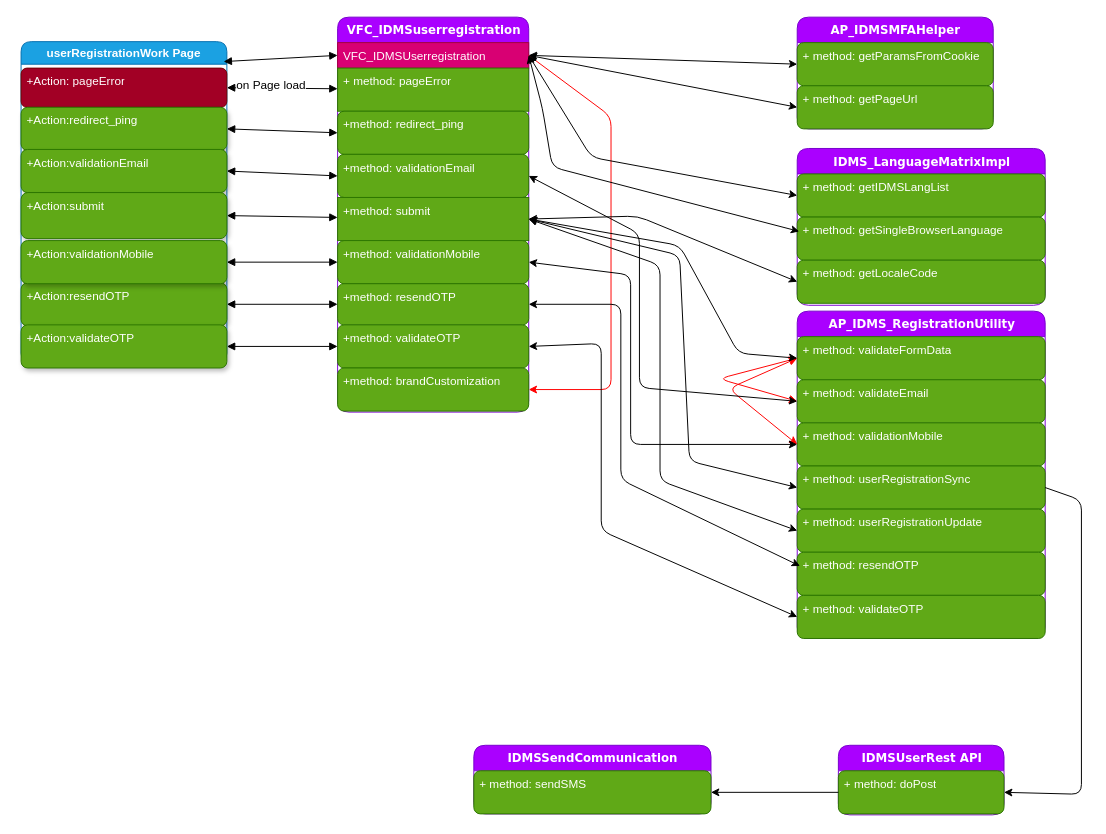
Before: Registration Diagram B2B - Mobile.drawio in anoopijt/IDMS-Diagrams, a draw.io diagram. Source tidied: cells renumbered, new cells numbered last; positions are measured from the earlier drawing's top-left corner, leaving out a move shared by most shapes. Both pictures are drawn from the tidied source at 98%, with x=0, y=0 at pixel (21, 17).
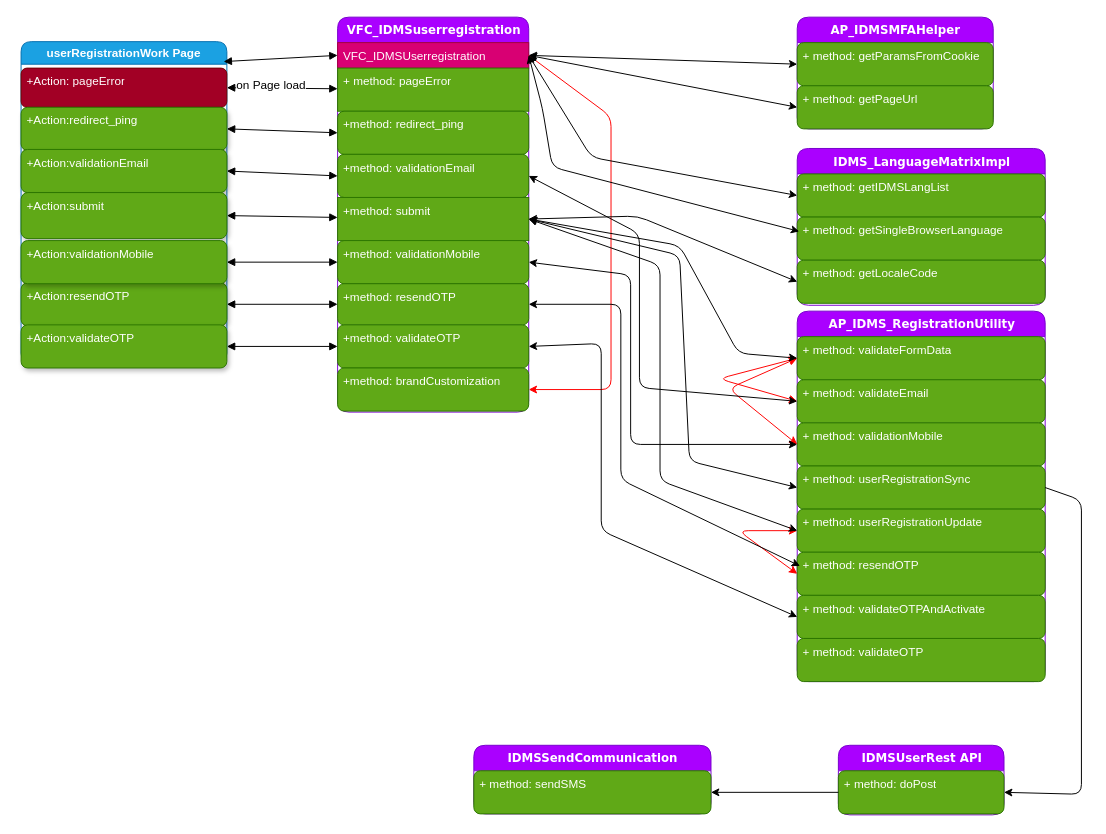
The same diagram, later.

The change refers to these unchanged cells:
```xml
<mxCell id="46" value="+ method: userRegistrationUpdate" style="text;html=1;strokeColor=#2D7600;fillColor=#60a917;align=left;verticalAlign=top;spacingLeft=4;spacingRight=4;whiteSpace=wrap;overflow=hidden;points=[[0,0.5],[1,0.5]];portConstraint=eastwest;shadow=0;comic=0;fontColor=#ffffff;rounded=1;" parent="39" vertex="1">
  <mxGeometry y="202" width="253" height="44" as="geometry" />
</mxCell>
<mxCell id="47" value="+ method: resendOTP" style="text;html=1;strokeColor=#2D7600;fillColor=#60a917;align=left;verticalAlign=top;spacingLeft=4;spacingRight=4;whiteSpace=wrap;overflow=hidden;points=[[0,0.5],[1,0.5]];portConstraint=eastwest;shadow=0;comic=0;fontColor=#ffffff;rounded=1;" parent="39" vertex="1">
  <mxGeometry y="246" width="253" height="44" as="geometry" />
</mxCell>
```

Change to the diagram source:
```diff
@@
     <mxCell id="39" value="AP_IDMS_RegistrationUtility" style="swimlane;html=1;fontStyle=1;align=center;verticalAlign=top;horizontal=1;startSize=26;swimlaneFillColor=#ffffff;rounded=1;shadow=0;comic=0;labelBackgroundColor=none;strokeColor=#7700CC;strokeWidth=1;fillColor=#aa00ff;fontFamily=Verdana;fontSize=12;fontColor=#ffffff;" parent="1" vertex="1">
-      <mxGeometry x="792" y="300" width="253" height="334" as="geometry" />
+      <mxGeometry x="792" y="300" width="253" height="378" as="geometry" />
     </mxCell>
@@
-    <mxCell id="48" value="+ method: validateOTP" style="text;html=1;strokeColor=#2D7600;fillColor=#60a917;align=left;verticalAlign=top;spacingLeft=4;spacingRight=4;whiteSpace=wrap;overflow=hidden;points=[[0,0.5],[1,0.5]];portConstraint=eastwest;shadow=0;comic=0;fontColor=#ffffff;rounded=1;" parent="39" vertex="1">
+    <mxCell id="48" value="+ method: validateOTPAndActivate" style="text;html=1;strokeColor=#2D7600;fillColor=#60a917;align=left;verticalAlign=top;spacingLeft=4;spacingRight=4;whiteSpace=wrap;overflow=hidden;points=[[0,0.5],[1,0.5]];portConstraint=eastwest;shadow=0;comic=0;fontColor=#ffffff;rounded=1;" parent="39" vertex="1">
       <mxGeometry y="290" width="253" height="44" as="geometry" />
     </mxCell>
+    <mxCell id="66" style="endArrow=classic;startArrow=classic;html=1;strokeColor=#FF0000;exitX=0;exitY=0.5;exitDx=0;exitDy=0;entryX=0;entryY=0.5;entryDx=0;entryDy=0;" parent="39" edge="1" source="47" target="46">
+      <mxGeometry relative="1" as="geometry">
+        <Array as="points">
+          <mxPoint x="-60" y="224" />
+        </Array>
+      </mxGeometry>
+    </mxCell>
+    <mxCell id="67" value="+ method: validateOTP" style="text;html=1;strokeColor=#2D7600;fillColor=#60a917;align=left;verticalAlign=top;spacingLeft=4;spacingRight=4;whiteSpace=wrap;overflow=hidden;shadow=0;comic=0;fontColor=#ffffff;rounded=1;" parent="39" vertex="1">
+      <mxGeometry y="334" width="253" height="44" as="geometry" />
+    </mxCell>
```
